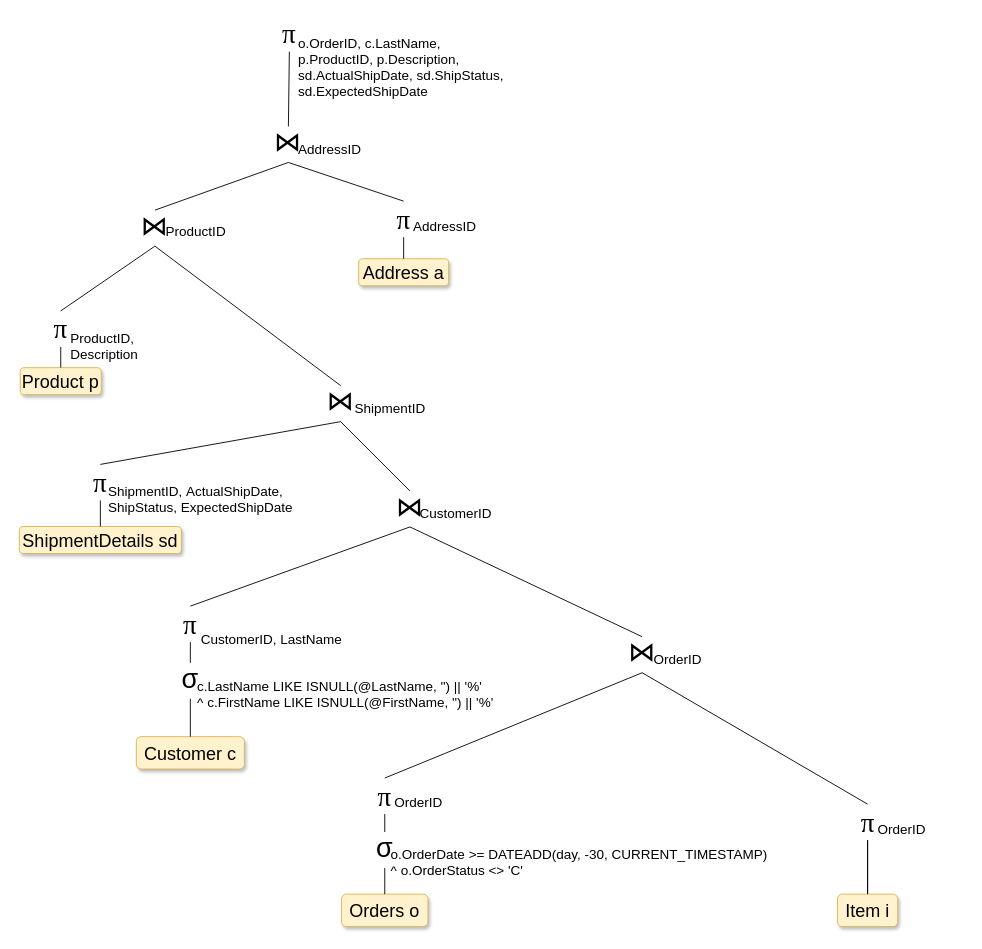
The draw.io diagram page "TH 2: tuning" (4 of 4) of SQLTurning.drawio in nguyenhuy158/diagrams, before the edit. Source tidied: cells renumbered, new cells numbered last; positions are measured from the earlier drawing's top-left corner, leaving out a move shared by most shapes. Both pictures are drawn from the tidied source at 90%, with x=0, y=0 at pixel (19, 15).
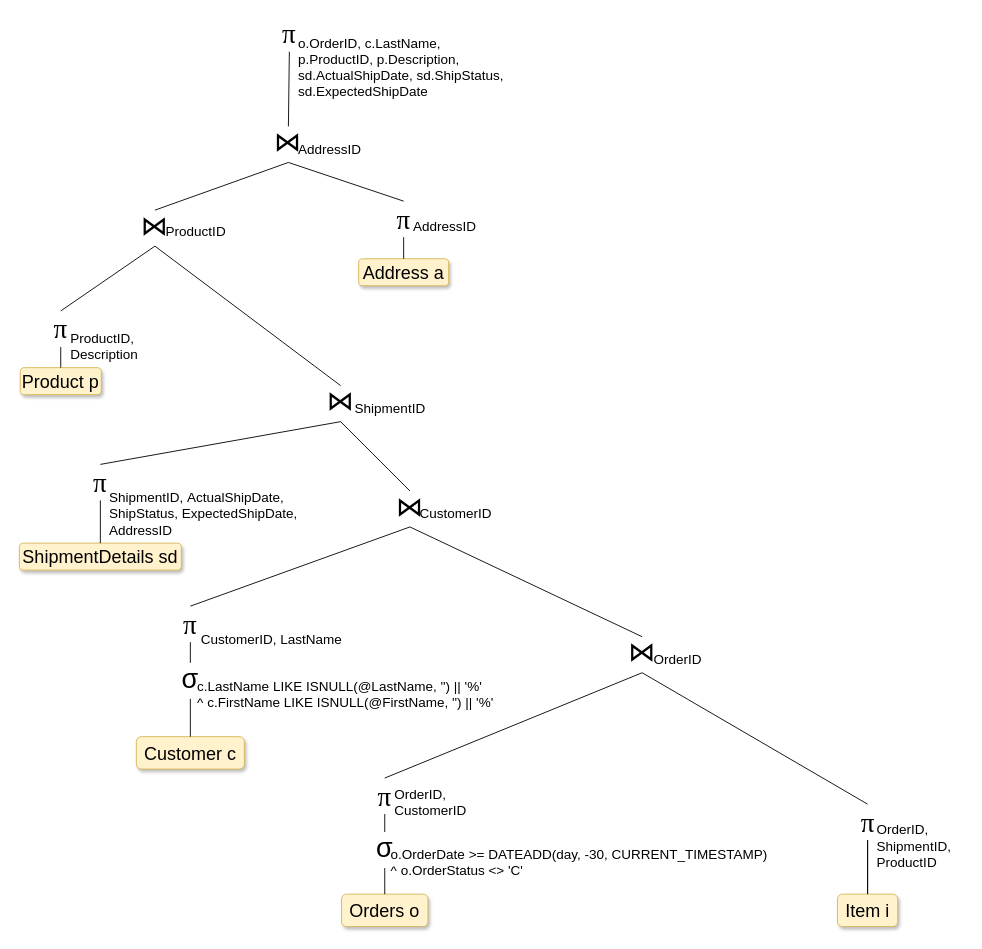
The same page after the edit.

Change to the diagram source:
```diff
@@
     <mxCell id="8" value="&lt;div style=&quot;font-size: 20px;&quot;&gt;ShipmentDetails sd&lt;br style=&quot;font-size: 20px;&quot;&gt;&lt;/div&gt;" style="text;html=1;strokeColor=#d6b656;fillColor=#fff2cc;align=center;verticalAlign=middle;whiteSpace=wrap;rounded=1;fontSize=20;shadow=1;sketch=0;glass=0;" parent="1" vertex="1">
-      <mxGeometry y="567.5" width="180" height="30" as="geometry" />
+      <mxGeometry y="586" width="180" height="30" as="geometry" />
     </mxCell>
@@
-    <mxCell id="22" value="&lt;div style=&quot;font-size: 15px;&quot;&gt;OrderID&lt;/div&gt;" style="text;html=1;strokeColor=none;fillColor=none;align=left;verticalAlign=middle;whiteSpace=wrap;rounded=0;fontSize=15;" parent="1" vertex="1">
-      <mxGeometry x="415" y="859" width="71" height="30" as="geometry" />
+    <mxCell id="22" value="&lt;div style=&quot;font-size: 15px;&quot;&gt;OrderID,&amp;nbsp;&lt;/div&gt;&lt;div style=&quot;font-size: 15px;&quot;&gt;CustomerID&lt;/div&gt;" style="text;html=1;strokeColor=none;fillColor=none;align=left;verticalAlign=middle;whiteSpace=wrap;rounded=0;fontSize=15;" parent="1" vertex="1">
+      <mxGeometry x="415" y="850" width="98" height="48" as="geometry" />
     </mxCell>
@@
-    <mxCell id="27" value="&lt;div style=&quot;font-size: 15px;&quot;&gt;OrderID&lt;/div&gt;" style="text;html=1;strokeColor=none;fillColor=none;align=left;verticalAlign=middle;whiteSpace=wrap;rounded=0;fontSize=15;" parent="1" vertex="1">
-      <mxGeometry x="952" y="889" width="71" height="30" as="geometry" />
+    <mxCell id="27" value="&lt;div style=&quot;font-size: 15px;&quot;&gt;OrderID,&lt;/div&gt;&lt;div style=&quot;&quot;&gt;ShipmentID,&lt;br&gt;&lt;/div&gt;&lt;div style=&quot;&quot;&gt;ProductID&lt;br&gt;&lt;/div&gt;" style="text;html=1;strokeColor=none;fillColor=none;align=left;verticalAlign=middle;whiteSpace=wrap;rounded=0;fontSize=15;" parent="1" vertex="1">
+      <mxGeometry x="951" y="889" width="101" height="66" as="geometry" />
     </mxCell>
@@
-    <mxCell id="44" value="&lt;div style=&quot;font-size: 15px;&quot;&gt;ShipmentID,&amp;nbsp;ActualShipDate,&lt;/div&gt;&lt;div style=&quot;&quot;&gt;ShipStatus,&amp;nbsp;ExpectedShipDate&lt;br&gt;&lt;/div&gt;" style="text;html=1;strokeColor=none;fillColor=none;align=left;verticalAlign=middle;whiteSpace=wrap;rounded=0;fontSize=15;" parent="1" vertex="1">
-      <mxGeometry x="97" y="512.5" width="223" height="48" as="geometry" />
+    <mxCell id="44" value="&lt;div style=&quot;font-size: 15px;&quot;&gt;ShipmentID,&amp;nbsp;ActualShipDate,&lt;/div&gt;&lt;div style=&quot;&quot;&gt;ShipStatus,&amp;nbsp;ExpectedShipDate,&lt;br&gt;&lt;/div&gt;&lt;div style=&quot;&quot;&gt;AddressID&lt;/div&gt;" style="text;html=1;strokeColor=none;fillColor=none;align=left;verticalAlign=middle;whiteSpace=wrap;rounded=0;fontSize=15;" parent="1" vertex="1">
+      <mxGeometry x="98" y="520" width="227" height="66" as="geometry" />
     </mxCell>
```
